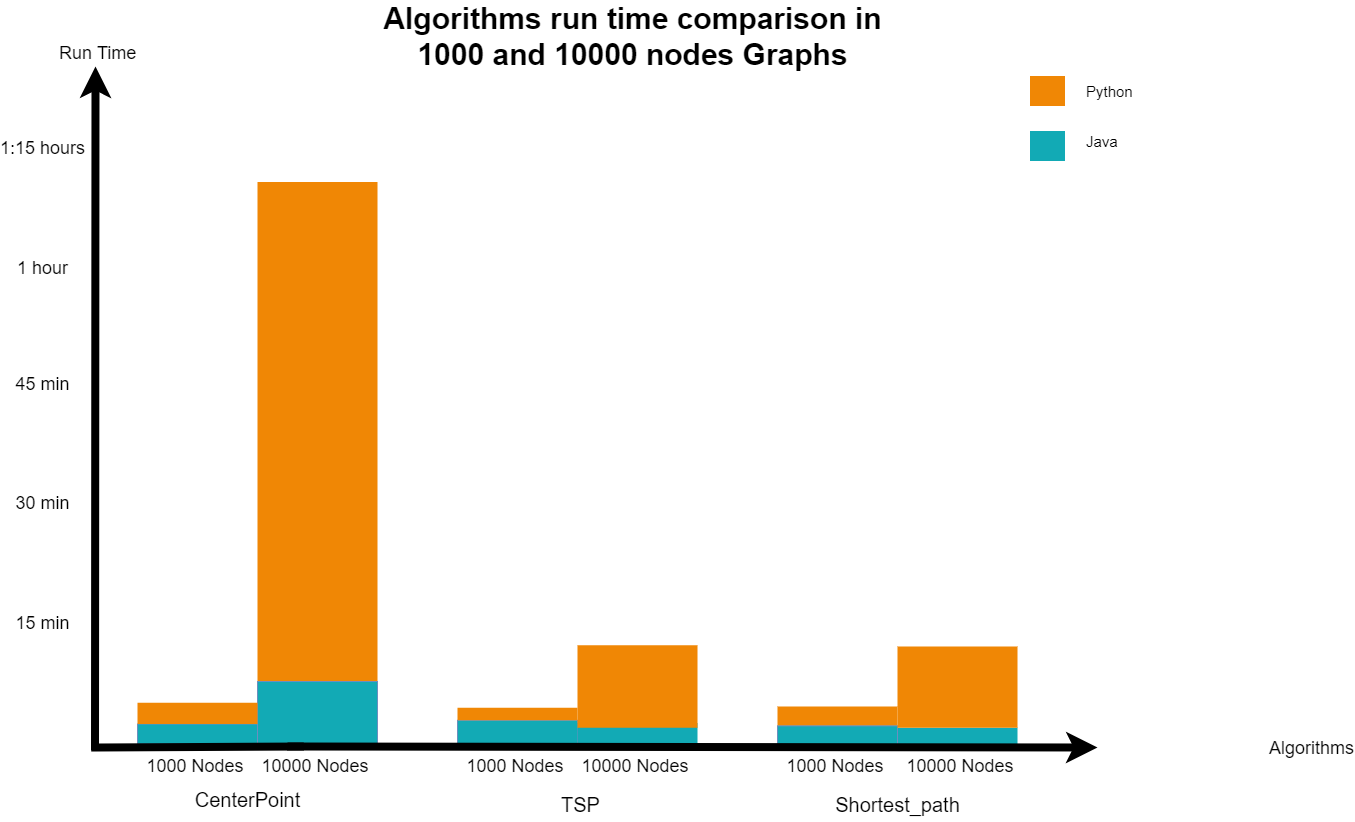
Before: Copy of Ex3_oop-image.png, a diagram exported from draw.io (omeradar10/mavo-project). Source tidied: cells renumbered, new cells last; positions are measured from the earlier drawing's top-left corner, leaving out a move shared by most shapes.
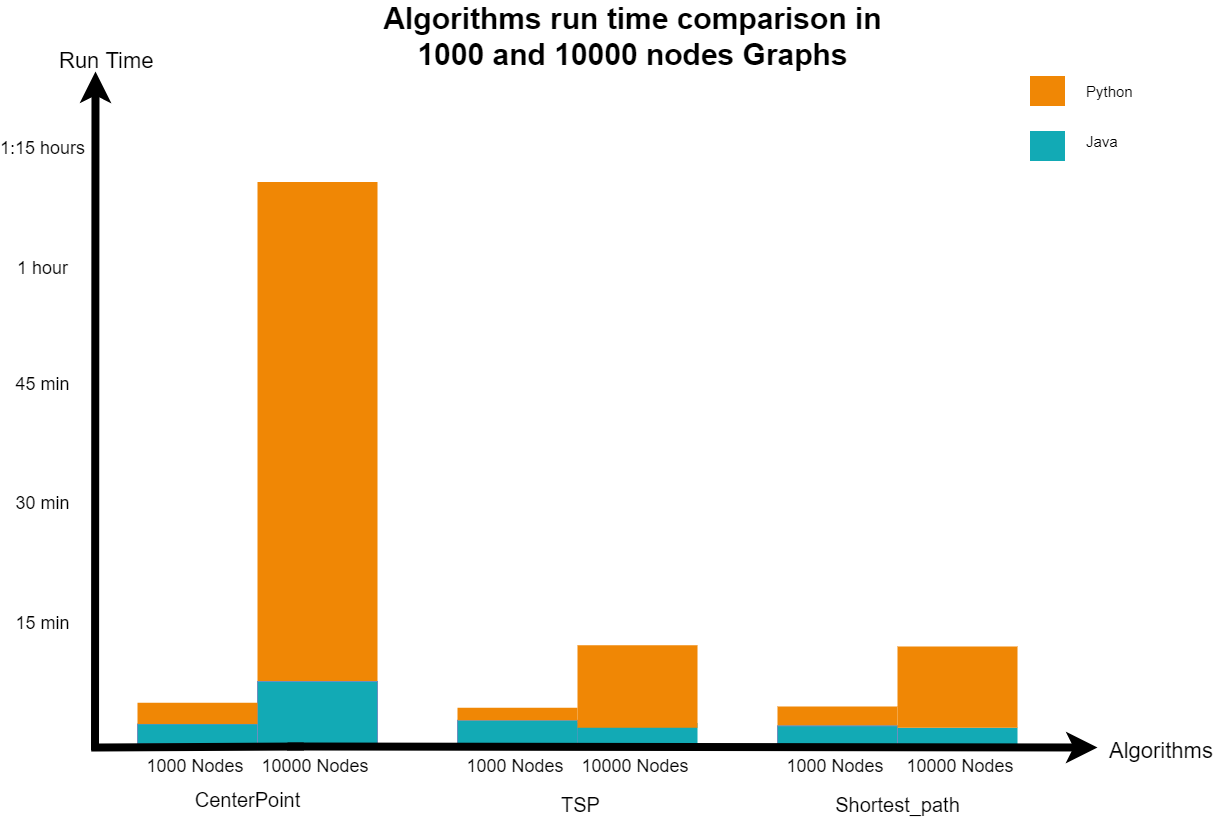
The same diagram one commit later.

Diff of the diagram source:
```diff
@@ -40,8 +40,8 @@
         <mxPoint x="1070" y="731" as="targetPoint" />
       </mxGeometry>
     </mxCell>
-    <mxCell id="13" value="Algorithms" style="text;spacingTop=-5;html=1;fontSize=18;fontStyle=0;strokeColor=none;" parent="1" vertex="1">
-      <mxGeometry x="1240" y="720" width="80" height="20" as="geometry" />
+    <mxCell id="13" value="Algorithms" style="text;spacingTop=-5;html=1;fontSize=22;fontStyle=0;strokeColor=none;" parent="1" vertex="1">
+      <mxGeometry x="1080" y="720" width="80" height="20" as="geometry" />
     </mxCell>
     <mxCell id="14" value="CenterPoint" style="text;spacingTop=-5;align=center;verticalAlign=middle;fontStyle=0;html=1;fontSize=20;strokeColor=none;" parent="1" vertex="1">
       <mxGeometry x="160" y="770" width="120" height="30" as="geometry" />
@@ -64,8 +64,8 @@
     <mxCell id="20" value="Java" style="text;spacingTop=-5;html=1;fontSize=15;" parent="1" vertex="1">
       <mxGeometry x="1057" y="114.5" width="80" height="20" as="geometry" />
     </mxCell>
-    <mxCell id="21" value="Run Time" style="text;spacingTop=-5;html=1;fontSize=18;fontStyle=0;points=[];" parent="1" vertex="1">
-      <mxGeometry x="30" y="25" width="80" height="20" as="geometry" />
+    <mxCell id="21" value="Run Time" style="text;spacingTop=-5;html=1;fontSize=22;fontStyle=0;points=[];" parent="1" vertex="1">
+      <mxGeometry x="30" y="30" width="80" height="20" as="geometry" />
     </mxCell>
     <mxCell id="22" value="15 min" style="text;spacingTop=-5;align=center;verticalAlign=middle;fontStyle=0;html=1;fontSize=18;" parent="1" vertex="1">
       <mxGeometry y="544.5" width="30" height="130" as="geometry" />
```
